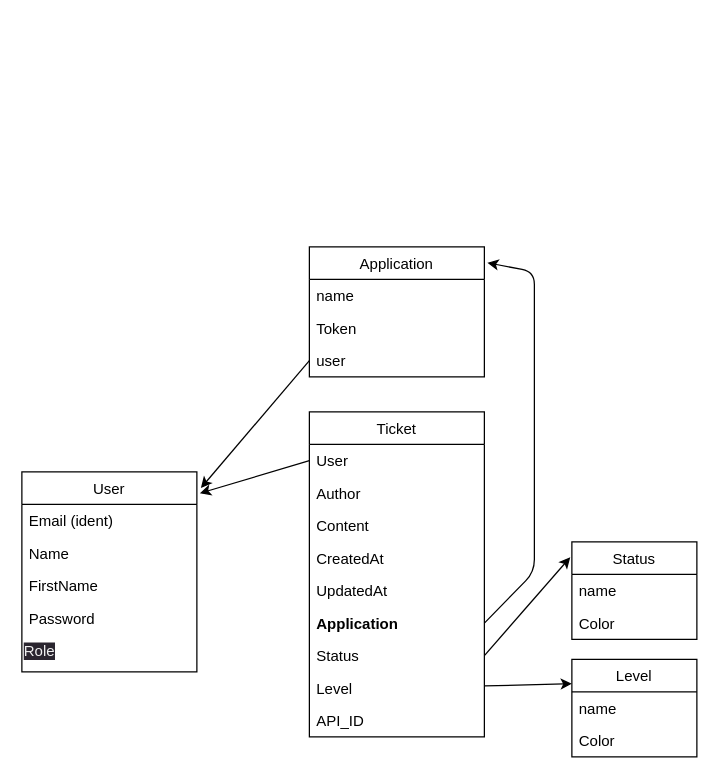
The draw.io diagram UML/uml.drawio in admike82/Ticketing, before the edit. Source tidied: cells renumbered, new cells numbered last; positions are measured from the earlier drawing's top-left corner, leaving out a move shared by most shapes. Both pictures are drawn from the tidied source at 125%, with x=0, y=0 at pixel (21, 246).
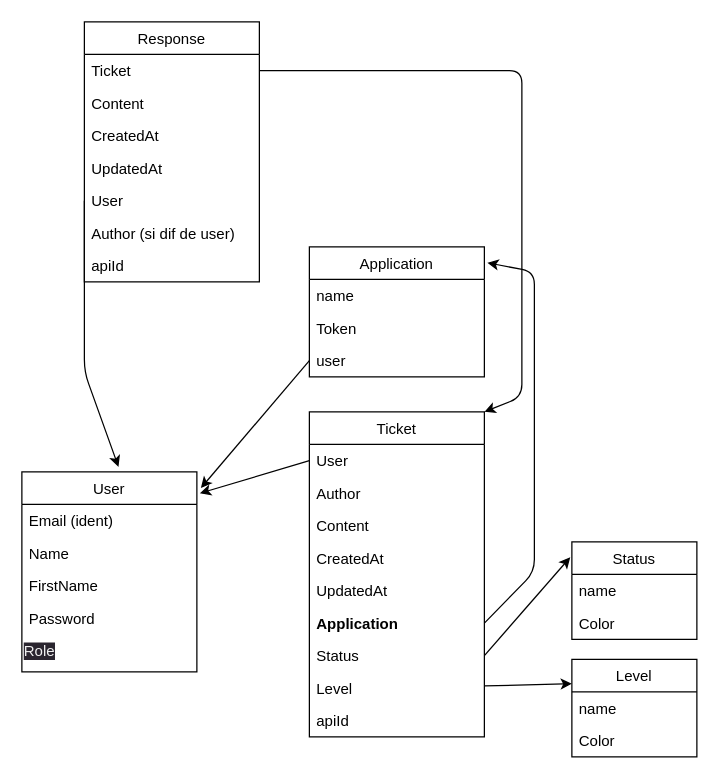
Above is the later version.

The change refers to these unchanged cells:
```xml
<mxCell id="2" value="User" style="swimlane;fontStyle=0;horizontal=1;startSize=26;fillColor=none;" parent="1" vertex="1">
  <mxGeometry y="180" width="140" height="160" as="geometry" />
</mxCell>
<mxCell id="8" value="Ticket" style="swimlane;fontStyle=0;horizontal=1;startSize=26;fillColor=none;" parent="1" vertex="1">
  <mxGeometry x="230" y="132" width="140" height="260" as="geometry" />
</mxCell>
```

Change to the diagram source:
```diff
@@
-    <mxCell id="17" value="API_ID" style="text;strokeColor=none;fillColor=none;align=left;verticalAlign=top;spacingLeft=4;spacingRight=4;overflow=hidden;" parent="8" vertex="1">
+    <mxCell id="17" value="apiId" style="text;strokeColor=none;fillColor=none;align=left;verticalAlign=top;spacingLeft=4;spacingRight=4;overflow=hidden;" parent="8" vertex="1">
       <mxGeometry y="234" width="140" height="26" as="geometry" />
     </mxCell>
@@
+    <mxCell id="33" value="Response" style="swimlane;fontStyle=0;horizontal=1;startSize=26;fillColor=none;" parent="1" vertex="1">
+      <mxGeometry x="50" y="-180" width="140" height="208" as="geometry" />
+    </mxCell>
+    <mxCell id="34" value="Ticket" style="text;strokeColor=none;fillColor=none;align=left;verticalAlign=top;spacingLeft=4;spacingRight=4;overflow=hidden;points=[[0,0.5],[1,0.5]];portConstraint=eastwest;" parent="33" vertex="1">
+      <mxGeometry y="26" width="140" height="26" as="geometry" />
+    </mxCell>
+    <mxCell id="35" value="Content" style="text;strokeColor=none;fillColor=none;align=left;verticalAlign=top;spacingLeft=4;spacingRight=4;overflow=hidden;" parent="33" vertex="1">
+      <mxGeometry y="52" width="140" height="26" as="geometry" />
+    </mxCell>
+    <mxCell id="36" value="CreatedAt" style="text;strokeColor=none;fillColor=none;align=left;verticalAlign=top;spacingLeft=4;spacingRight=4;overflow=hidden;" parent="33" vertex="1">
+      <mxGeometry y="78" width="140" height="26" as="geometry" />
+    </mxCell>
+    <mxCell id="37" value="UpdatedAt" style="text;strokeColor=none;fillColor=none;align=left;verticalAlign=top;spacingLeft=4;spacingRight=4;overflow=hidden;" parent="33" vertex="1">
+      <mxGeometry y="104" width="140" height="26" as="geometry" />
+    </mxCell>
+    <mxCell id="38" value="User" style="text;strokeColor=none;fillColor=none;align=left;verticalAlign=top;spacingLeft=4;spacingRight=4;overflow=hidden;points=[[0,0.5],[1,0.5]];portConstraint=eastwest;" parent="33" vertex="1">
+      <mxGeometry y="130" width="140" height="26" as="geometry" />
+    </mxCell>
+    <mxCell id="39" value="Author (si dif de user)" style="text;strokeColor=none;fillColor=none;align=left;verticalAlign=top;spacingLeft=4;spacingRight=4;overflow=hidden;" parent="33" vertex="1">
+      <mxGeometry y="156" width="140" height="26" as="geometry" />
+    </mxCell>
+    <mxCell id="40" value="apiId" style="text;strokeColor=none;fillColor=none;align=left;verticalAlign=top;spacingLeft=4;spacingRight=4;overflow=hidden;" parent="33" vertex="1">
+      <mxGeometry y="182" width="140" height="26" as="geometry" />
+    </mxCell>
+    <mxCell id="41" style="edgeStyle=none;html=1;entryX=0.552;entryY=-0.025;entryDx=0;entryDy=0;entryPerimeter=0;exitX=0;exitY=0.5;exitDx=0;exitDy=0;" parent="1" edge="1" source="38" target="2">
+      <mxGeometry relative="1" as="geometry">
+        <Array as="points">
+          <mxPoint x="50" y="100" />
+        </Array>
+      </mxGeometry>
+    </mxCell>
+    <mxCell id="42" style="edgeStyle=none;html=1;entryX=1;entryY=0;entryDx=0;entryDy=0;exitX=1;exitY=0.5;exitDx=0;exitDy=0;" parent="1" edge="1" source="34" target="8">
+      <mxGeometry relative="1" as="geometry">
+        <Array as="points">
+          <mxPoint x="400" y="-141" />
+          <mxPoint x="400" y="120" />
+        </Array>
+      </mxGeometry>
+    </mxCell>
```
